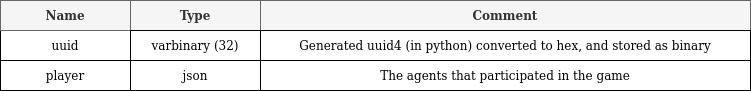
This is documentation/img/player_table.png from carlofazioli/cardiathena, a draw.io export, as it was before one commit. Source tidied: cells renumbered, new cells last; positions are measured from the earlier drawing's top-left corner, leaving out a move shared by most shapes.
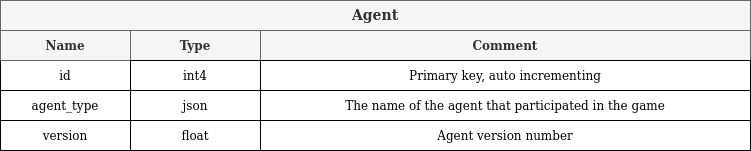
After the commit.

Commit message:
Added new diagrams for the new schema

The edit, as a diff of the source:
```diff
@@ -2,10 +2,10 @@
   <root>
     <mxCell id="0" />
     <mxCell id="1" parent="0" />
-    <mxCell id="2" value="player" style="rounded=0;whiteSpace=wrap;html=1;" parent="1" vertex="1">
+    <mxCell id="2" value="agent_type" style="rounded=0;whiteSpace=wrap;html=1;" parent="1" vertex="1">
       <mxGeometry y="60" width="130" height="30" as="geometry" />
     </mxCell>
-    <mxCell id="3" value="uuid" style="rounded=0;whiteSpace=wrap;html=1;" parent="1" vertex="1">
+    <mxCell id="3" value="id" style="rounded=0;whiteSpace=wrap;html=1;" parent="1" vertex="1">
       <mxGeometry y="30" width="130" height="30" as="geometry" />
     </mxCell>
     <mxCell id="4" value="&lt;div&gt;&lt;b&gt;Name&lt;/b&gt;&lt;/div&gt;" style="rounded=0;whiteSpace=wrap;html=1;fillColor=#f5f5f5;strokeColor=#666666;fontColor=#333333;" parent="1" vertex="1">
@@ -20,14 +20,26 @@
     <mxCell id="7" value="json" style="rounded=0;whiteSpace=wrap;html=1;" parent="1" vertex="1">
       <mxGeometry x="130" y="60" width="130" height="30" as="geometry" />
     </mxCell>
-    <mxCell id="8" value="varbinary (32)" style="rounded=0;whiteSpace=wrap;html=1;" parent="1" vertex="1">
+    <mxCell id="8" value="int4" style="rounded=0;whiteSpace=wrap;html=1;" parent="1" vertex="1">
       <mxGeometry x="130" y="30" width="130" height="30" as="geometry" />
     </mxCell>
-    <mxCell id="9" value="The agents that participated in the game" style="rounded=0;whiteSpace=wrap;html=1;" parent="1" vertex="1">
+    <mxCell id="9" value="The name of the agent that participated in the game" style="rounded=0;whiteSpace=wrap;html=1;" parent="1" vertex="1">
       <mxGeometry x="260" y="60" width="490" height="30" as="geometry" />
     </mxCell>
-    <mxCell id="10" value="Generated uuid4 (in python) converted to hex, and stored as binary" style="rounded=0;whiteSpace=wrap;html=1;" parent="1" vertex="1">
+    <mxCell id="10" value="Primary key, auto incrementing" style="rounded=0;whiteSpace=wrap;html=1;" parent="1" vertex="1">
       <mxGeometry x="260" y="30" width="490" height="30" as="geometry" />
     </mxCell>
+    <mxCell id="11" value="version" style="rounded=0;whiteSpace=wrap;html=1;" parent="1" vertex="1">
+      <mxGeometry y="90" width="130" height="30" as="geometry" />
+    </mxCell>
+    <mxCell id="12" value="float" style="rounded=0;whiteSpace=wrap;html=1;" parent="1" vertex="1">
+      <mxGeometry x="130" y="90" width="130" height="30" as="geometry" />
+    </mxCell>
+    <mxCell id="13" value="Agent version number" style="rounded=0;whiteSpace=wrap;html=1;" parent="1" vertex="1">
+      <mxGeometry x="260" y="90" width="490" height="30" as="geometry" />
+    </mxCell>
+    <mxCell id="14" value="&lt;font style=&quot;font-size: 14px&quot;&gt;&lt;b&gt;Agent&lt;/b&gt;&lt;/font&gt;" style="rounded=0;whiteSpace=wrap;html=1;fillColor=#f5f5f5;strokeColor=#666666;fontColor=#333333;" parent="1" vertex="1">
+      <mxGeometry y="-30" width="750" height="30" as="geometry" />
+    </mxCell>
   </root>
 </mxGraphModel>
```
